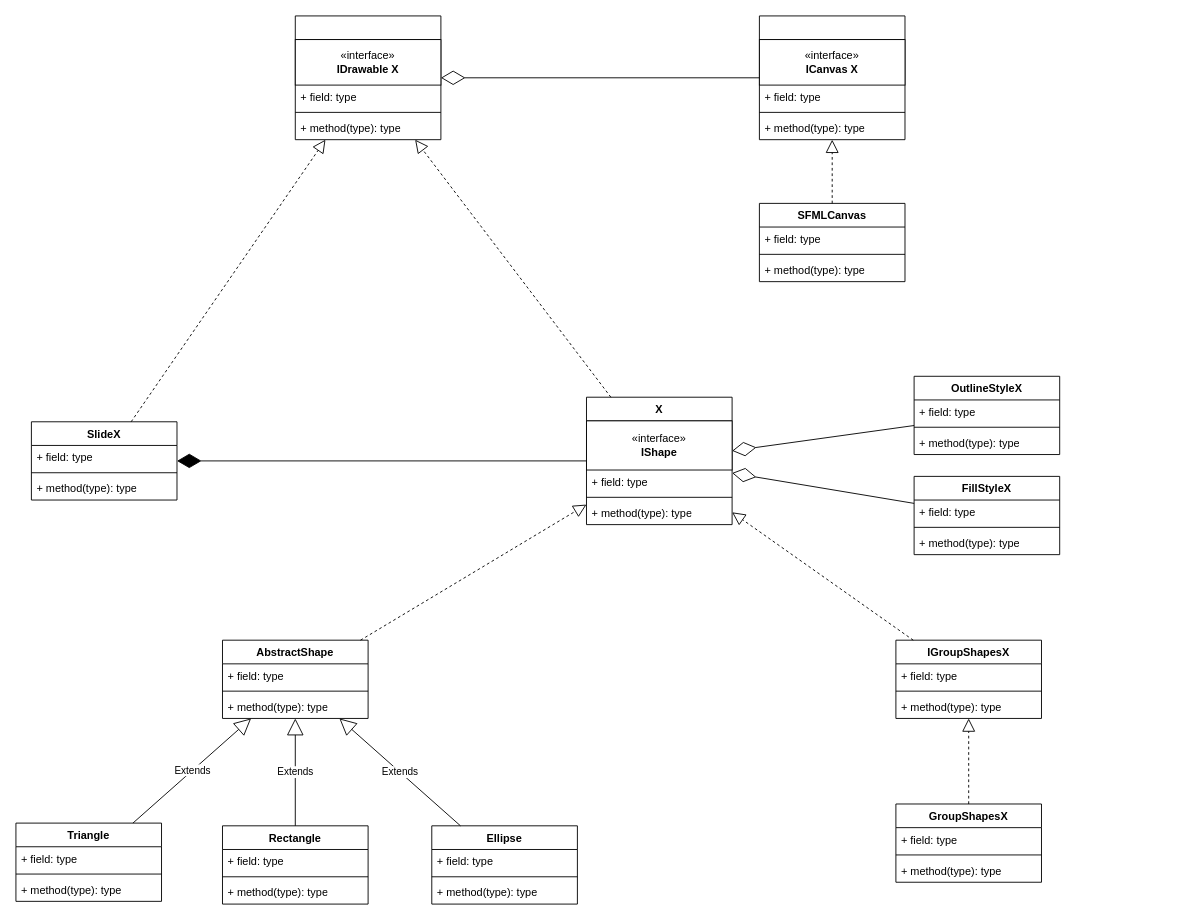
The draw.io diagram Lab7/Composite.drawio in x4la1/ood, before the edit. Source tidied: cells renumbered, new cells numbered last; positions are measured from the earlier drawing's top-left corner, leaving out a move shared by most shapes. Both pictures are drawn from the tidied source at 91%, with x=0, y=0 at pixel (15, 15).
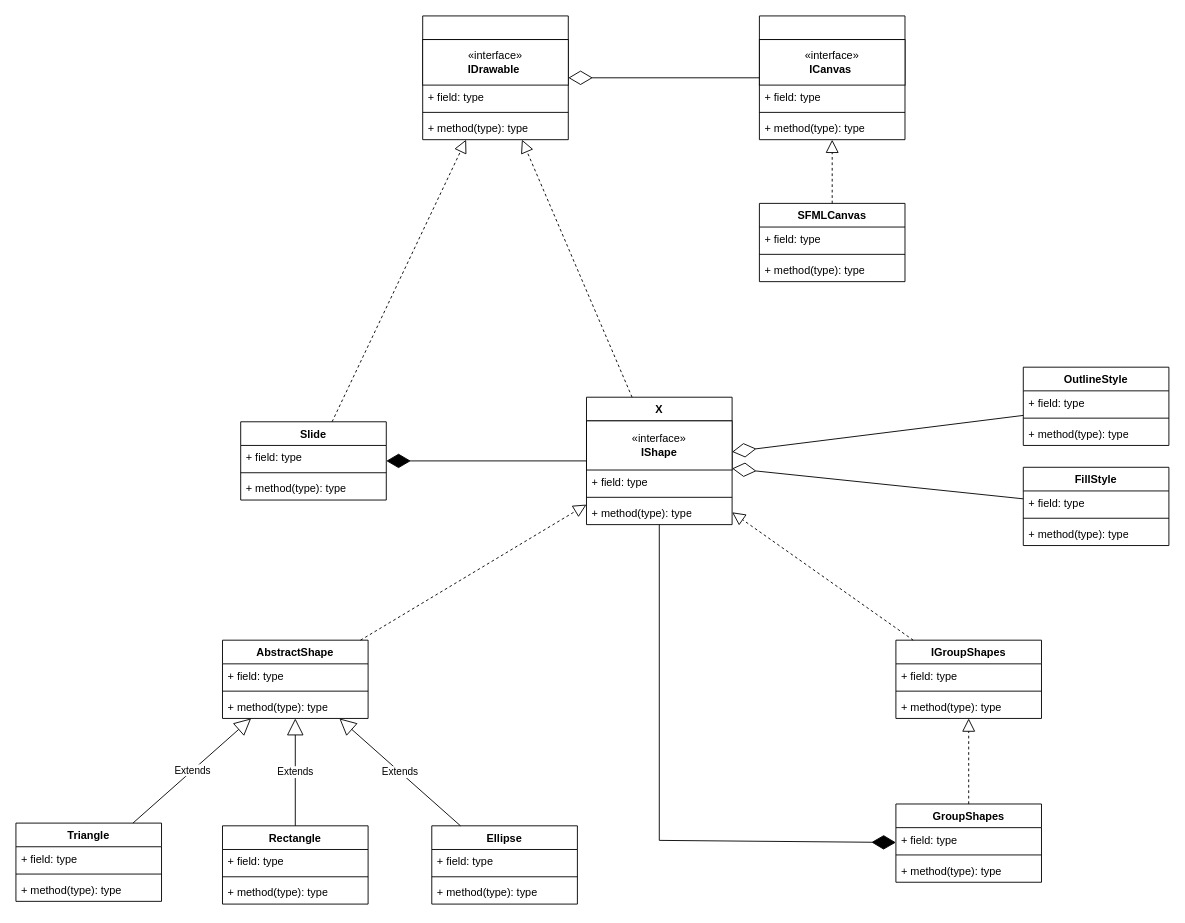
The same diagram, later.

The change refers to these unchanged cells:
```xml
<mxCell id="20" value="X" style="swimlane;fontStyle=1;align=center;verticalAlign=top;horizontal=1;startSize=26;whiteSpace=wrap;html=1;" parent="1" vertex="1">
  <mxGeometry x="627" y="419" width="160" height="140" as="geometry" />
</mxCell>
<mxCell id="58" style="swimlane;fontStyle=1;align=center;verticalAlign=top;horizontal=1;startSize=26;whiteSpace=wrap;html=1;" parent="1" vertex="1">
  <mxGeometry x="817" width="160" height="136" as="geometry" />
</mxCell>
```

The edit, as a diff of the source:
```diff
@@
-    <mxCell id="2" value="FillStyleX" style="swimlane;fontStyle=1;align=center;verticalAlign=top;horizontal=1;startSize=26;whiteSpace=wrap;html=1;" parent="1" vertex="1">
-      <mxGeometry x="987" y="506" width="160" height="86" as="geometry" />
+    <mxCell id="2" value="FillStyle" style="swimlane;fontStyle=1;align=center;verticalAlign=top;horizontal=1;startSize=26;whiteSpace=wrap;html=1;" parent="1" vertex="1">
+      <mxGeometry x="1107" y="496" width="160" height="86" as="geometry" />
     </mxCell>
@@
-    <mxCell id="6" value="OutlineStyleX" style="swimlane;fontStyle=1;align=center;verticalAlign=top;horizontal=1;startSize=26;whiteSpace=wrap;html=1;" parent="1" vertex="1">
-      <mxGeometry x="987" y="396" width="160" height="86" as="geometry" />
+    <mxCell id="6" value="OutlineStyle" style="swimlane;fontStyle=1;align=center;verticalAlign=top;horizontal=1;startSize=26;whiteSpace=wrap;html=1;" parent="1" vertex="1">
+      <mxGeometry x="1107" y="386" width="160" height="86" as="geometry" />
     </mxCell>
@@
     <mxCell id="10" style="swimlane;fontStyle=1;align=center;verticalAlign=top;horizontal=1;startSize=26;whiteSpace=wrap;html=1;" parent="1" vertex="1">
-      <mxGeometry x="307" width="160" height="136" as="geometry" />
+      <mxGeometry x="447" width="160" height="136" as="geometry" />
     </mxCell>
-    <mxCell id="11" value="«interface»&lt;br&gt;&lt;b&gt;IDrawable X&lt;/b&gt;" style="html=1;whiteSpace=wrap;" parent="10" vertex="1">
+    <mxCell id="11" value="«interface»&lt;br&gt;&lt;b&gt;IDrawable&amp;nbsp;&lt;/b&gt;" style="html=1;whiteSpace=wrap;" parent="10" vertex="1">
       <mxGeometry y="26" width="160" height="50" as="geometry" />
     </mxCell>
@@
-    <mxCell id="15" value="SlideX" style="swimlane;fontStyle=1;align=center;verticalAlign=top;horizontal=1;startSize=26;whiteSpace=wrap;html=1;" parent="1" vertex="1">
-      <mxGeometry x="17" y="446" width="160" height="86" as="geometry" />
+    <mxCell id="15" value="Slide" style="swimlane;fontStyle=1;align=center;verticalAlign=top;horizontal=1;startSize=26;whiteSpace=wrap;html=1;" parent="1" vertex="1">
+      <mxGeometry x="247" y="446" width="160" height="86" as="geometry" />
     </mxCell>
@@
-    <mxCell id="49" value="IGroupShapesX" style="swimlane;fontStyle=1;align=center;verticalAlign=top;horizontal=1;startSize=26;whiteSpace=wrap;html=1;" parent="1" vertex="1">
+    <mxCell id="49" value="IGroupShapes" style="swimlane;fontStyle=1;align=center;verticalAlign=top;horizontal=1;startSize=26;whiteSpace=wrap;html=1;" parent="1" vertex="1">
       <mxGeometry x="967" y="686" width="160" height="86" as="geometry" />
     </mxCell>
@@
-    <mxCell id="54" value="GroupShapesX" style="swimlane;fontStyle=1;align=center;verticalAlign=top;horizontal=1;startSize=26;whiteSpace=wrap;html=1;" parent="1" vertex="1">
+    <mxCell id="54" value="GroupShapes" style="swimlane;fontStyle=1;align=center;verticalAlign=top;horizontal=1;startSize=26;whiteSpace=wrap;html=1;" parent="1" vertex="1">
       <mxGeometry x="967" y="866" width="160" height="86" as="geometry" />
     </mxCell>
@@
-    <mxCell id="59" value="«interface»&lt;br&gt;&lt;b&gt;ICanvas X&lt;/b&gt;" style="html=1;whiteSpace=wrap;" parent="58" vertex="1">
+    <mxCell id="59" value="«interface»&lt;br&gt;&lt;b&gt;ICanvas&amp;nbsp;&lt;/b&gt;" style="html=1;whiteSpace=wrap;" parent="58" vertex="1">
       <mxGeometry y="26" width="160" height="50" as="geometry" />
     </mxCell>
@@
+    <mxCell id="70" style="endArrow=diamondThin;endFill=1;endSize=24;html=1;rounded=0;" parent="1" edge="1" source="20" target="54">
+      <mxGeometry relative="1" as="geometry">
+        <Array as="points">
+          <mxPoint x="707" y="906" />
+        </Array>
+      </mxGeometry>
+    </mxCell>
```
